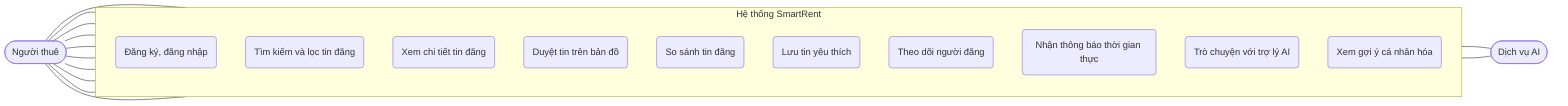
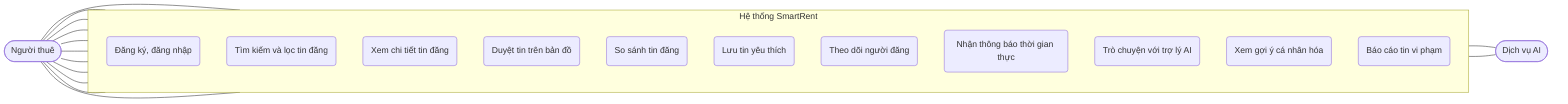
flowchart LR
 KT(["Người thuê"])
 subgraph HT["Hệ thống SmartRent"]
  direction TB
  U1("Đăng ký, đăng nhập")
  U2("Tìm kiếm và lọc tin đăng")
  U3("Xem chi tiết tin đăng")
  U4("Duyệt tin trên bản đồ")
  U5("So sánh tin đăng")
  U6("Lưu tin yêu thích")
  U7("Theo dõi người đăng")
  U8("Nhận thông báo thời gian thực")
  U9("Trò chuyện với trợ lý AI")
  U10("Xem gợi ý cá nhân hóa")
+   U11("Báo cáo tin vi phạm")
 end
 AI(["Dịch vụ AI"])
 KT --- U1
 KT --- U2
 KT --- U3
 KT --- U4
 KT --- U5
 KT --- U6
 KT --- U7
 KT --- U8
 KT --- U9
 KT --- U10
+  KT --- U11
 U9 --- AI
 U10 --- AI
